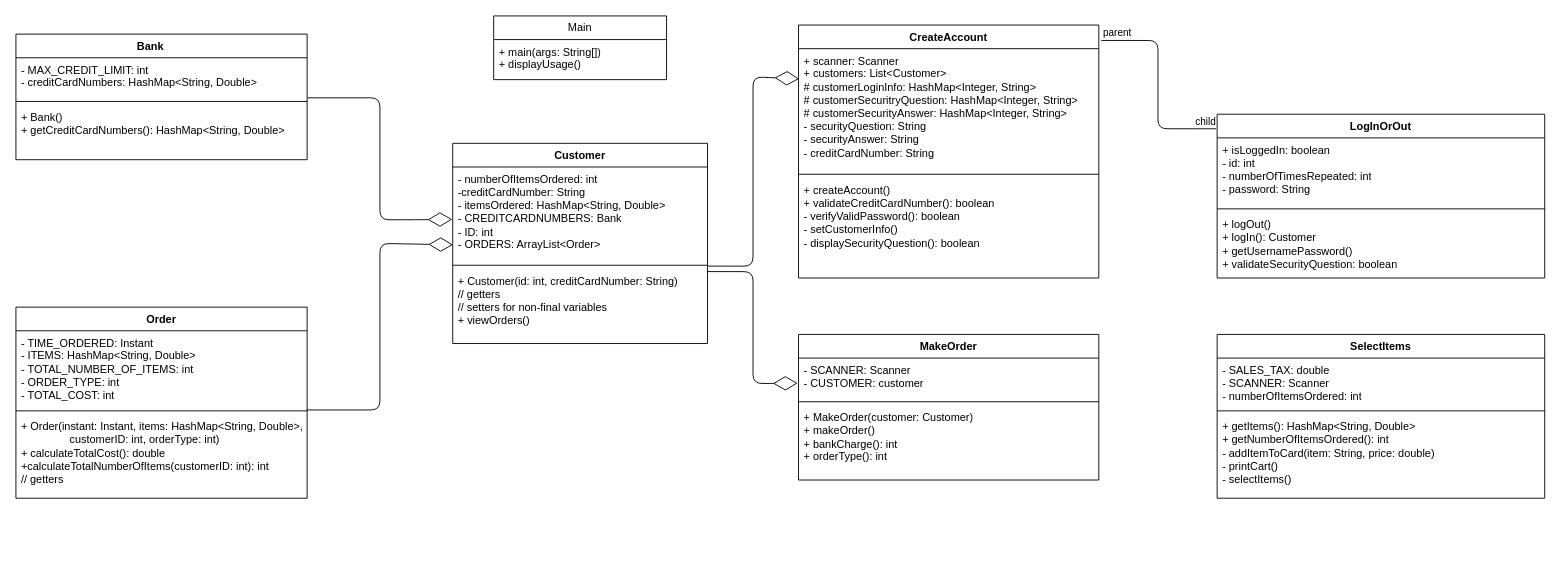
Above: Untitled Diagram.drawio in crapeter/UMLs (draw.io), before the change. Source tidied: cells renumbered, new cells numbered last; positions are measured from the earlier drawing's top-left corner, leaving out a move shared by most shapes. Both pictures are drawn from the tidied source at 91%, with x=0, y=0 at pixel (15, 15).
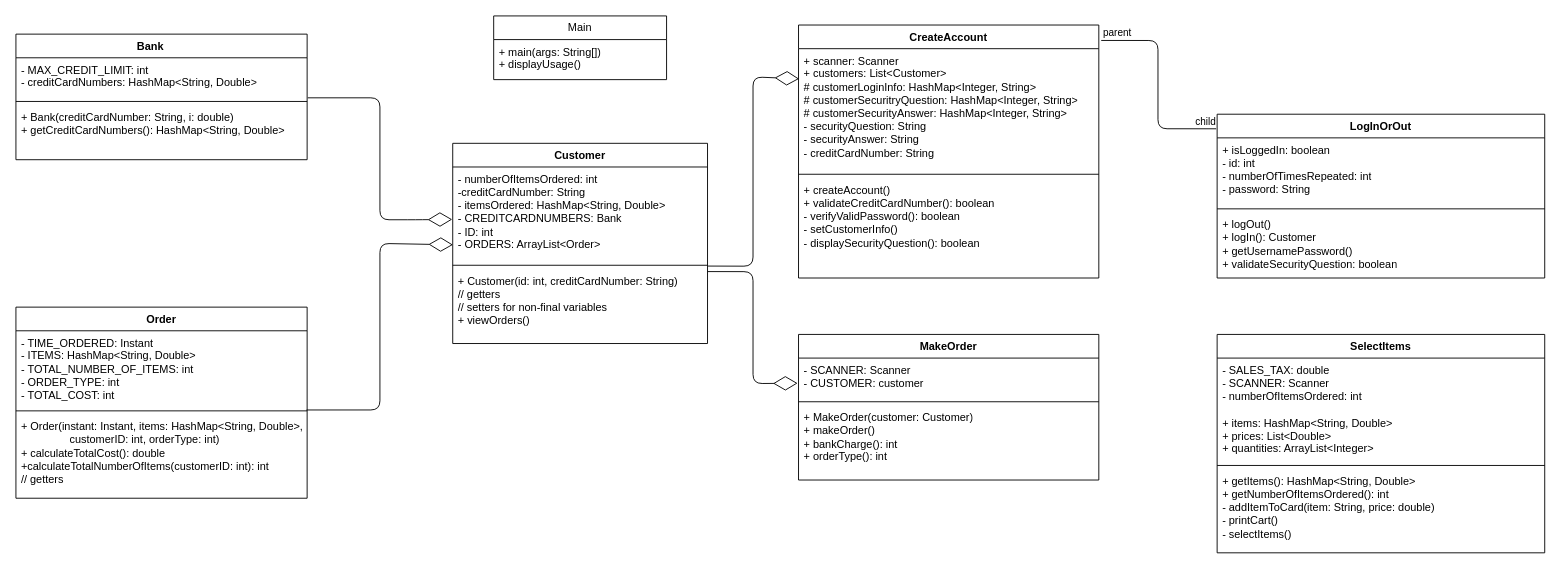
The same diagram, later.

Unchanged cells that the change refers to:
```xml
<mxCell id="2" value="Bank&lt;span style=&quot;white-space: pre;&quot;&gt;&#9;&lt;/span&gt;" style="swimlane;fontStyle=1;align=center;verticalAlign=top;horizontal=1;startSize=26;whiteSpace=wrap;html=1;labelBackgroundColor=none;rounded=0;" parent="1" vertex="1">
  <mxGeometry y="20" width="320" height="138" as="geometry" />
</mxCell>
```

Change to the diagram source:
```diff
@@
-    <mxCell id="5" value="&lt;div&gt;+ Bank()&lt;/div&gt;&lt;div&gt;+ getCreditCardNumbers(): HashMap&amp;lt;String, Double&amp;gt;&lt;br&gt;&lt;/div&gt;" style="text;align=left;verticalAlign=top;spacingLeft=4;spacingRight=4;overflow=hidden;whiteSpace=wrap;html=1;labelBackgroundColor=none;rounded=0;" parent="2" vertex="1">
+    <mxCell id="5" value="&lt;div&gt;+ Bank(creditCardNumber: String, i: double)&lt;/div&gt;&lt;div&gt;+ getCreditCardNumbers(): HashMap&amp;lt;String, Double&amp;gt;&lt;br&gt;&lt;/div&gt;" style="text;align=left;verticalAlign=top;spacingLeft=4;spacingRight=4;overflow=hidden;whiteSpace=wrap;html=1;labelBackgroundColor=none;rounded=0;" parent="2" vertex="1">
       <mxGeometry y="78" width="320" height="60" as="geometry" />
     </mxCell>
@@
     <mxCell id="33" value="SelectItems" style="swimlane;fontStyle=1;align=center;verticalAlign=top;horizontal=1;startSize=26;whiteSpace=wrap;html=1;" parent="1" vertex="1">
-      <mxGeometry x="1320" y="350" width="360" height="180" as="geometry" />
+      <mxGeometry x="1320" y="350" width="360" height="240" as="geometry" />
     </mxCell>
-    <mxCell id="34" value="&lt;div&gt;- SALES_TAX: double&lt;/div&gt;&lt;div&gt;- SCANNER: Scanner&lt;/div&gt;&lt;div&gt;- numberOfItemsOrdered: int&lt;br&gt;&lt;/div&gt;" style="text;strokeColor=none;fillColor=none;align=left;verticalAlign=top;spacingLeft=4;spacingRight=4;overflow=hidden;whiteSpace=wrap;html=1;" parent="33" vertex="1">
-      <mxGeometry y="26" width="360" height="54" as="geometry" />
+    <mxCell id="34" value="&lt;div&gt;- SALES_TAX: double&lt;/div&gt;&lt;div&gt;- SCANNER: Scanner&lt;/div&gt;&lt;div&gt;- numberOfItemsOrdered: int&lt;br&gt;&lt;/div&gt;&lt;div&gt;&lt;br&gt;&lt;/div&gt;&lt;div&gt;+ items: HashMap&amp;lt;String, Double&amp;gt;&lt;/div&gt;&lt;div&gt;+ prices: List&amp;lt;Double&amp;gt;&lt;/div&gt;&lt;div&gt;+ quantities: ArrayList&amp;lt;Integer&amp;gt;&lt;br&gt;&lt;/div&gt;" style="text;strokeColor=none;fillColor=none;align=left;verticalAlign=top;spacingLeft=4;spacingRight=4;overflow=hidden;whiteSpace=wrap;html=1;" parent="33" vertex="1">
+      <mxGeometry y="26" width="360" height="114" as="geometry" />
     </mxCell>
     <mxCell id="35" style="line;strokeWidth=1;fillColor=none;align=left;verticalAlign=middle;spacingTop=-1;spacingLeft=3;spacingRight=3;labelPosition=right;strokeColor=inherit;" parent="33" vertex="1">
-      <mxGeometry y="80" width="360" height="8" as="geometry" />
+      <mxGeometry y="140" width="360" height="8" as="geometry" />
     </mxCell>
     <mxCell id="36" value="&lt;div&gt;+ getItems(): HashMap&amp;lt;String, Double&amp;gt;&lt;/div&gt;&lt;div&gt;+ getNumberOfItemsOrdered(): int&lt;/div&gt;&lt;div&gt;- addItemToCard(item: String, price: double)&lt;/div&gt;&lt;div&gt;- printCart()&lt;/div&gt;&lt;div&gt;- selectItems()&lt;br&gt;&lt;/div&gt;" style="text;strokeColor=none;fillColor=none;align=left;verticalAlign=top;spacingLeft=4;spacingRight=4;overflow=hidden;whiteSpace=wrap;html=1;" parent="33" vertex="1">
-      <mxGeometry y="88" width="360" height="92" as="geometry" />
+      <mxGeometry y="148" width="360" height="92" as="geometry" />
     </mxCell>
```
